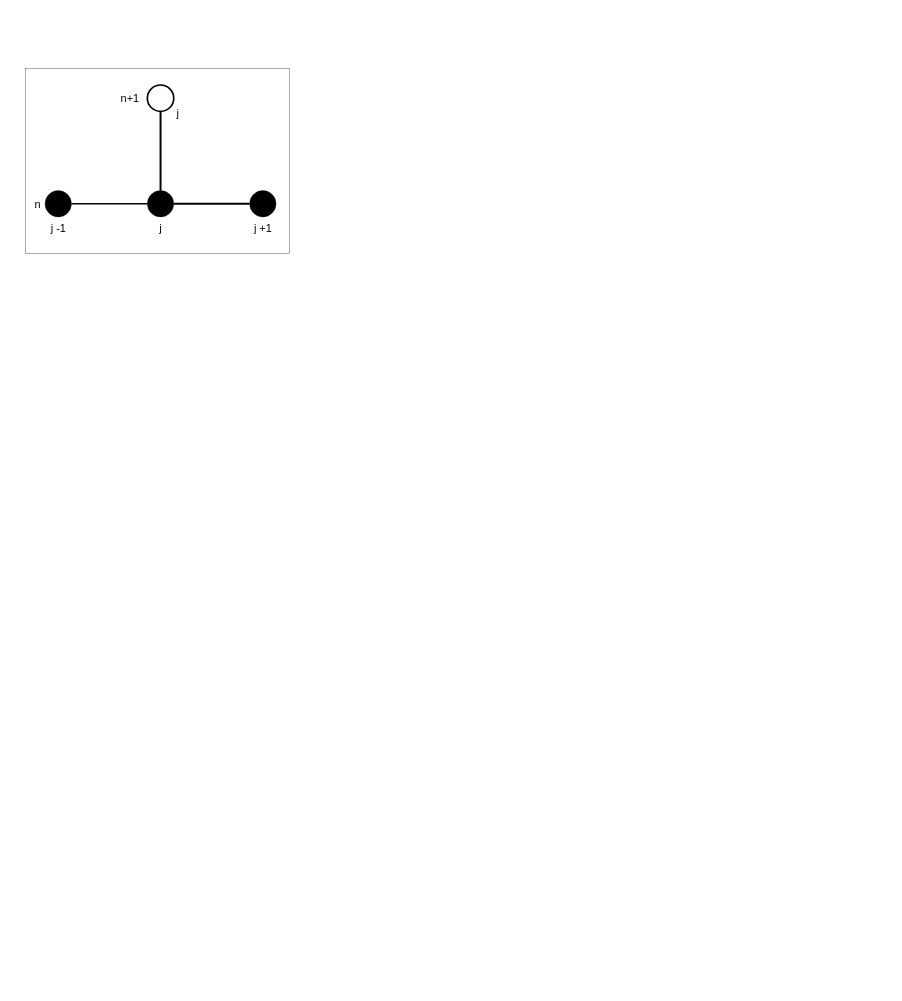
The draw.io diagram Шаблоны схем.drawio in ksokolok/numerical_hydro_gas_6sem, before the edit. Source tidied: cells renumbered, new cells numbered last; positions are measured from the earlier drawing's top-left corner, leaving out a move shared by most shapes. Both pictures are drawn from the tidied source at 33%, with x=0, y=0 at pixel (25, 68).
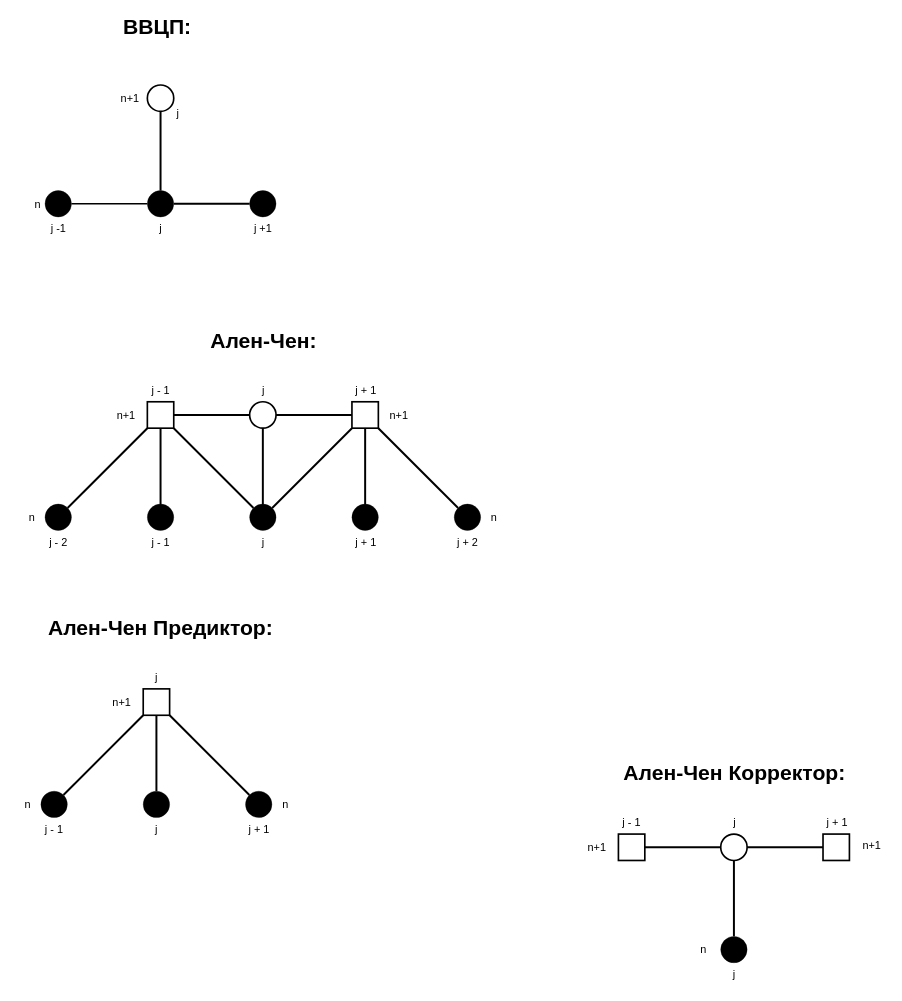
After the change.

Change to the diagram source:
```diff
@@
+    <mxCell id="16" style="rounded=0;whiteSpace=wrap;html=1;strokeColor=none;" parent="1" vertex="1">
+      <mxGeometry x="1670" y="2220" width="970" height="590" as="geometry" />
+    </mxCell>
+    <mxCell id="17" style="rounded=0;whiteSpace=wrap;html=1;strokeColor=none;" parent="1" vertex="1">
+      <mxGeometry x="-50" y="1800" width="900" height="590" as="geometry" />
+    </mxCell>
+    <mxCell id="18" style="rounded=0;whiteSpace=wrap;html=1;strokeColor=none;" parent="1" vertex="1">
+      <mxGeometry x="-59.5" y="900" width="1560" height="620" as="geometry" />
+    </mxCell>
-    <mxCell id="2" style="rounded=0;whiteSpace=wrap;html=1;" parent="1" vertex="1">
+    <mxCell id="2" style="rounded=0;whiteSpace=wrap;html=1;strokeColor=none;" parent="1" vertex="1">
       <mxGeometry width="800" height="560" as="geometry" />
     </mxCell>
@@
+    <mxCell id="19" style="ellipse;whiteSpace=wrap;html=1;shapeInside=1;fillColor=light-dark(#000000,#000000);" parent="1" vertex="1">
+      <mxGeometry x="60" y="1320" width="80" height="80" as="geometry" />
+    </mxCell>
+    <mxCell id="20" style="ellipse;whiteSpace=wrap;html=1;shapeInside=1;fillColor=light-dark(#000000,#000000);" parent="1" vertex="1">
+      <mxGeometry x="370" y="1320" width="80" height="80" as="geometry" />
+    </mxCell>
+    <mxCell id="21" style="ellipse;whiteSpace=wrap;html=1;shapeInside=1;fillColor=light-dark(#000000,#000000);" parent="1" vertex="1">
+      <mxGeometry x="680" y="1320" width="80" height="80" as="geometry" />
+    </mxCell>
+    <mxCell id="22" style="ellipse;whiteSpace=wrap;html=1;shapeInside=1;fillColor=light-dark(#000000,#000000);" parent="1" vertex="1">
+      <mxGeometry x="990" y="1320" width="80" height="80" as="geometry" />
+    </mxCell>
+    <mxCell id="23" style="ellipse;whiteSpace=wrap;html=1;shapeInside=1;fillColor=light-dark(#000000,#000000);" parent="1" vertex="1">
+      <mxGeometry x="1300" y="1320" width="80" height="80" as="geometry" />
+    </mxCell>
+    <mxCell id="24" style="whiteSpace=wrap;html=1;strokeWidth=5;" parent="1" vertex="1">
+      <mxGeometry x="370" y="1010" width="80" height="80" as="geometry" />
+    </mxCell>
+    <mxCell id="25" style="whiteSpace=wrap;html=1;strokeWidth=5;" parent="1" vertex="1">
+      <mxGeometry x="990" y="1010" width="80" height="80" as="geometry" />
+    </mxCell>
+    <mxCell id="26" style="ellipse;whiteSpace=wrap;html=1;shapeInside=1;strokeWidth=5;" parent="1" vertex="1">
+      <mxGeometry x="680" y="1010" width="80" height="80" as="geometry" />
+    </mxCell>
+    <mxCell id="27" style="endArrow=none;html=1;rounded=0;strokeWidth=6;" parent="1" edge="1" source="19" target="24">
+      <mxGeometry relative="1" as="geometry" />
+    </mxCell>
+    <mxCell id="28" style="endArrow=none;html=1;rounded=0;strokeWidth=6;" parent="1" edge="1" source="20" target="24">
+      <mxGeometry relative="1" as="geometry" />
+    </mxCell>
+    <mxCell id="29" style="endArrow=none;html=1;rounded=0;strokeWidth=6;" parent="1" edge="1" source="21" target="24">
+      <mxGeometry relative="1" as="geometry" />
+    </mxCell>
+    <mxCell id="30" style="endArrow=none;html=1;rounded=0;strokeWidth=6;" parent="1" edge="1" source="21" target="25">
+      <mxGeometry relative="1" as="geometry" />
+    </mxCell>
+    <mxCell id="31" style="endArrow=none;html=1;rounded=0;strokeWidth=6;" parent="1" edge="1" source="22" target="25">
+      <mxGeometry relative="1" as="geometry" />
+    </mxCell>
+    <mxCell id="32" style="endArrow=none;html=1;rounded=0;strokeWidth=6;" parent="1" edge="1" source="23" target="25">
+      <mxGeometry relative="1" as="geometry" />
+    </mxCell>
+    <mxCell id="33" style="endArrow=none;html=1;rounded=0;strokeWidth=6;" parent="1" edge="1" source="24" target="26">
+      <mxGeometry relative="1" as="geometry" />
+    </mxCell>
+    <mxCell id="34" style="endArrow=none;html=1;rounded=0;strokeWidth=6;" parent="1" edge="1" source="26" target="25">
+      <mxGeometry relative="1" as="geometry" />
+    </mxCell>
+    <mxCell id="35" style="endArrow=none;html=1;rounded=0;strokeWidth=6;" parent="1" edge="1" source="21" target="26">
+      <mxGeometry relative="1" as="geometry" />
+    </mxCell>
+    <mxCell id="36" value="n" style="text;html=1;whiteSpace=wrap;strokeColor=none;fillColor=none;align=center;verticalAlign=middle;rounded=0;fontSize=33;" parent="1" vertex="1">
+      <mxGeometry x="-7.5" y="1345" width="55" height="30" as="geometry" />
+    </mxCell>
+    <mxCell id="37" value="n+1" style="text;html=1;whiteSpace=wrap;strokeColor=none;fillColor=none;align=center;verticalAlign=middle;rounded=0;fontSize=33;" parent="1" vertex="1">
+      <mxGeometry x="252.5" y="1035" width="105" height="30" as="geometry" />
+    </mxCell>
+    <mxCell id="38" value="j - 1" style="text;html=1;whiteSpace=wrap;strokeColor=none;fillColor=none;align=center;verticalAlign=middle;rounded=0;fontSize=33;" parent="1" vertex="1">
+      <mxGeometry x="357.5" y="1420" width="105" height="30" as="geometry" />
+    </mxCell>
+    <mxCell id="39" value="j - 2" style="text;html=1;whiteSpace=wrap;strokeColor=none;fillColor=none;align=center;verticalAlign=middle;rounded=0;fontSize=33;" parent="1" vertex="1">
+      <mxGeometry x="47.5" y="1420" width="105" height="30" as="geometry" />
+    </mxCell>
+    <mxCell id="40" value="j" style="text;html=1;whiteSpace=wrap;strokeColor=none;fillColor=none;align=center;verticalAlign=middle;rounded=0;fontSize=33;" parent="1" vertex="1">
+      <mxGeometry x="668" y="1420" width="105" height="30" as="geometry" />
+    </mxCell>
+    <mxCell id="41" value="j + 1" style="text;html=1;whiteSpace=wrap;strokeColor=none;fillColor=none;align=center;verticalAlign=middle;rounded=0;fontSize=33;" parent="1" vertex="1">
+      <mxGeometry x="980" y="1420" width="105" height="30" as="geometry" />
+    </mxCell>
+    <mxCell id="42" value="j + 2" style="text;html=1;whiteSpace=wrap;strokeColor=none;fillColor=none;align=center;verticalAlign=middle;rounded=0;fontSize=33;" parent="1" vertex="1">
+      <mxGeometry x="1287.5" y="1420" width="105" height="30" as="geometry" />
+    </mxCell>
+    <mxCell id="43" value="j - 1" style="text;html=1;whiteSpace=wrap;strokeColor=none;fillColor=none;align=center;verticalAlign=middle;rounded=0;fontSize=33;" parent="1" vertex="1">
+      <mxGeometry x="357.5" y="960" width="105" height="30" as="geometry" />
+    </mxCell>
+    <mxCell id="44" value="j + 1" style="text;html=1;whiteSpace=wrap;strokeColor=none;fillColor=none;align=center;verticalAlign=middle;rounded=0;fontSize=33;" parent="1" vertex="1">
+      <mxGeometry x="980" y="960" width="105" height="30" as="geometry" />
+    </mxCell>
+    <mxCell id="45" value="n+1" style="text;html=1;whiteSpace=wrap;strokeColor=none;fillColor=none;align=center;verticalAlign=middle;rounded=0;fontSize=33;" parent="1" vertex="1">
+      <mxGeometry x="1080" y="1035" width="105" height="30" as="geometry" />
+    </mxCell>
+    <mxCell id="46" value="j" style="text;html=1;whiteSpace=wrap;strokeColor=none;fillColor=none;align=center;verticalAlign=middle;rounded=0;fontSize=33;" parent="1" vertex="1">
+      <mxGeometry x="669" y="960" width="105" height="30" as="geometry" />
+    </mxCell>
+    <mxCell id="47" value="n" style="text;html=1;whiteSpace=wrap;strokeColor=none;fillColor=none;align=center;verticalAlign=middle;rounded=0;fontSize=33;" parent="1" vertex="1">
+      <mxGeometry x="1392.5" y="1345" width="55" height="30" as="geometry" />
+    </mxCell>
+    <mxCell id="48" style="ellipse;whiteSpace=wrap;html=1;shapeInside=1;fillColor=light-dark(#000000,#000000);" parent="1" vertex="1">
+      <mxGeometry x="47.5" y="2190" width="80" height="80" as="geometry" />
+    </mxCell>
+    <mxCell id="49" style="ellipse;whiteSpace=wrap;html=1;shapeInside=1;fillColor=light-dark(#000000,#000000);" parent="1" vertex="1">
+      <mxGeometry x="357.5" y="2190" width="80" height="80" as="geometry" />
+    </mxCell>
+    <mxCell id="50" style="ellipse;whiteSpace=wrap;html=1;shapeInside=1;fillColor=light-dark(#000000,#000000);" parent="1" vertex="1">
+      <mxGeometry x="667.5" y="2190" width="80" height="80" as="geometry" />
+    </mxCell>
+    <mxCell id="51" style="whiteSpace=wrap;html=1;strokeWidth=5;" parent="1" vertex="1">
+      <mxGeometry x="357.5" y="1880" width="80" height="80" as="geometry" />
+    </mxCell>
+    <mxCell id="52" style="endArrow=none;html=1;rounded=0;strokeWidth=6;" parent="1" edge="1" source="48" target="51">
+      <mxGeometry relative="1" as="geometry" />
+    </mxCell>
+    <mxCell id="53" style="endArrow=none;html=1;rounded=0;strokeWidth=6;" parent="1" edge="1" source="49" target="51">
+      <mxGeometry relative="1" as="geometry" />
+    </mxCell>
+    <mxCell id="54" style="endArrow=none;html=1;rounded=0;strokeWidth=6;" parent="1" edge="1" source="50" target="51">
+      <mxGeometry relative="1" as="geometry" />
+    </mxCell>
+    <mxCell id="55" value="n" style="text;html=1;whiteSpace=wrap;strokeColor=none;fillColor=none;align=center;verticalAlign=middle;rounded=0;fontSize=33;" parent="1" vertex="1">
+      <mxGeometry x="-20" y="2215" width="55" height="30" as="geometry" />
+    </mxCell>
+    <mxCell id="56" value="n+1" style="text;html=1;whiteSpace=wrap;strokeColor=none;fillColor=none;align=center;verticalAlign=middle;rounded=0;fontSize=33;" parent="1" vertex="1">
+      <mxGeometry x="240" y="1905" width="105" height="30" as="geometry" />
+    </mxCell>
+    <mxCell id="57" value="j" style="text;html=1;whiteSpace=wrap;strokeColor=none;fillColor=none;align=center;verticalAlign=middle;rounded=0;fontSize=33;" parent="1" vertex="1">
+      <mxGeometry x="345" y="2290" width="105" height="30" as="geometry" />
+    </mxCell>
+    <mxCell id="58" value="j - 1" style="text;html=1;whiteSpace=wrap;strokeColor=none;fillColor=none;align=center;verticalAlign=middle;rounded=0;fontSize=33;" parent="1" vertex="1">
+      <mxGeometry x="35" y="2290" width="105" height="30" as="geometry" />
+    </mxCell>
+    <mxCell id="59" value="j + 1" style="text;html=1;whiteSpace=wrap;strokeColor=none;fillColor=none;align=center;verticalAlign=middle;rounded=0;fontSize=33;" parent="1" vertex="1">
+      <mxGeometry x="655.5" y="2290" width="105" height="30" as="geometry" />
+    </mxCell>
+    <mxCell id="60" value="j" style="text;html=1;whiteSpace=wrap;strokeColor=none;fillColor=none;align=center;verticalAlign=middle;rounded=0;fontSize=33;" parent="1" vertex="1">
+      <mxGeometry x="345" y="1830" width="105" height="30" as="geometry" />
+    </mxCell>
+    <mxCell id="61" value="n" style="text;html=1;whiteSpace=wrap;strokeColor=none;fillColor=none;align=center;verticalAlign=middle;rounded=0;fontSize=33;" parent="1" vertex="1">
+      <mxGeometry x="760.5" y="2215" width="55" height="30" as="geometry" />
+    </mxCell>
+    <mxCell id="62" value="&lt;font style=&quot;font-size: 64px;&quot;&gt;&lt;b&gt;ВВЦП:&lt;/b&gt;&lt;/font&gt;" style="text;html=1;whiteSpace=wrap;strokeColor=none;fillColor=none;align=center;verticalAlign=middle;rounded=0;" parent="1" vertex="1">
+      <mxGeometry x="10" y="-190" width="780" height="130" as="geometry" />
+    </mxCell>
+    <mxCell id="63" value="&lt;font style=&quot;font-size: 64px;&quot;&gt;&lt;b&gt;Ален-Чен:&lt;/b&gt;&lt;/font&gt;" style="text;html=1;whiteSpace=wrap;strokeColor=none;fillColor=none;align=center;verticalAlign=middle;rounded=0;" parent="1" vertex="1">
+      <mxGeometry x="331.5" y="760" width="780" height="130" as="geometry" />
+    </mxCell>
+    <mxCell id="64" value="&lt;font style=&quot;font-size: 64px;&quot;&gt;&lt;b&gt;Ален-Чен Предиктор:&lt;/b&gt;&lt;/font&gt;" style="text;html=1;whiteSpace=wrap;strokeColor=none;fillColor=none;align=center;verticalAlign=middle;rounded=0;" parent="1" vertex="1">
+      <mxGeometry x="20" y="1630" width="780" height="130" as="geometry" />
+    </mxCell>
+    <mxCell id="65" style="ellipse;whiteSpace=wrap;html=1;shapeInside=1;fillColor=light-dark(#000000,#000000);" parent="1" vertex="1">
+      <mxGeometry x="2107.5" y="2630" width="80" height="80" as="geometry" />
+    </mxCell>
+    <mxCell id="66" style="whiteSpace=wrap;html=1;strokeWidth=5;" parent="1" vertex="1">
+      <mxGeometry x="1797.5" y="2320" width="80" height="80" as="geometry" />
+    </mxCell>
+    <mxCell id="67" style="whiteSpace=wrap;html=1;strokeWidth=5;" parent="1" vertex="1">
+      <mxGeometry x="2417.5" y="2320" width="80" height="80" as="geometry" />
+    </mxCell>
+    <mxCell id="68" style="ellipse;whiteSpace=wrap;html=1;shapeInside=1;strokeWidth=5;" parent="1" vertex="1">
+      <mxGeometry x="2107.5" y="2320" width="80" height="80" as="geometry" />
+    </mxCell>
+    <mxCell id="69" style="endArrow=none;html=1;rounded=0;strokeWidth=6;" parent="1" edge="1" source="68" target="67">
+      <mxGeometry relative="1" as="geometry" />
+    </mxCell>
+    <mxCell id="70" style="endArrow=none;html=1;rounded=0;strokeWidth=6;" parent="1" edge="1" source="66" target="68">
+      <mxGeometry relative="1" as="geometry" />
+    </mxCell>
+    <mxCell id="71" style="endArrow=none;html=1;rounded=0;strokeWidth=6;" parent="1" edge="1" source="65" target="68">
+      <mxGeometry relative="1" as="geometry" />
+    </mxCell>
+    <mxCell id="72" value="n+1" style="text;html=1;whiteSpace=wrap;strokeColor=none;fillColor=none;align=center;verticalAlign=middle;rounded=0;fontSize=33;" parent="1" vertex="1">
+      <mxGeometry x="1680" y="2345" width="105" height="30" as="geometry" />
+    </mxCell>
+    <mxCell id="73" value="j" style="text;html=1;whiteSpace=wrap;strokeColor=none;fillColor=none;align=center;verticalAlign=middle;rounded=0;fontSize=33;" parent="1" vertex="1">
+      <mxGeometry x="2095.5" y="2730" width="105" height="30" as="geometry" />
+    </mxCell>
+    <mxCell id="74" value="j - 1" style="text;html=1;whiteSpace=wrap;strokeColor=none;fillColor=none;align=center;verticalAlign=middle;rounded=0;fontSize=33;" parent="1" vertex="1">
+      <mxGeometry x="1785" y="2270" width="105" height="30" as="geometry" />
+    </mxCell>
+    <mxCell id="75" value="j + 1" style="text;html=1;whiteSpace=wrap;strokeColor=none;fillColor=none;align=center;verticalAlign=middle;rounded=0;fontSize=33;" parent="1" vertex="1">
+      <mxGeometry x="2407.5" y="2270" width="105" height="30" as="geometry" />
+    </mxCell>
+    <mxCell id="76" value="j" style="text;html=1;whiteSpace=wrap;strokeColor=none;fillColor=none;align=center;verticalAlign=middle;rounded=0;fontSize=33;" parent="1" vertex="1">
+      <mxGeometry x="2096.5" y="2270" width="105" height="30" as="geometry" />
+    </mxCell>
+    <mxCell id="77" value="&lt;font style=&quot;font-size: 64px;&quot;&gt;&lt;b&gt;Ален-Чен Корректор:&lt;/b&gt;&lt;/font&gt;" style="text;html=1;whiteSpace=wrap;strokeColor=none;fillColor=none;align=center;verticalAlign=middle;rounded=0;" parent="1" vertex="1">
+      <mxGeometry x="1759" y="2070" width="780" height="130" as="geometry" />
+    </mxCell>
+    <mxCell id="78" value="n" style="text;html=1;whiteSpace=wrap;strokeColor=none;fillColor=none;align=center;verticalAlign=middle;rounded=0;fontSize=33;" parent="1" vertex="1">
+      <mxGeometry x="2002.5" y="2655" width="105" height="30" as="geometry" />
+    </mxCell>
+    <mxCell id="79" value="n+1" style="text;html=1;whiteSpace=wrap;strokeColor=none;fillColor=none;align=center;verticalAlign=middle;rounded=0;fontSize=33;" parent="1" vertex="1">
+      <mxGeometry x="2512.5" y="2340" width="105" height="30" as="geometry" />
+    </mxCell>
```
